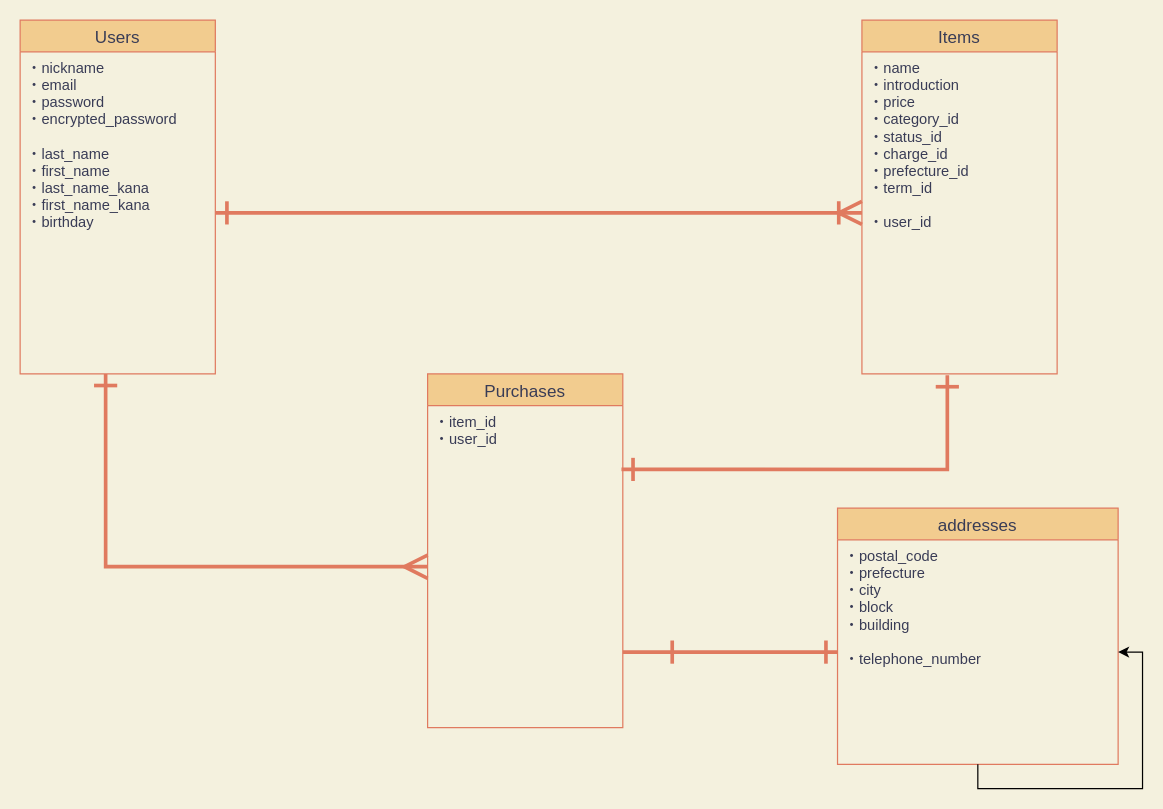
This is er_diagram/furima(En).dio from Sakao3/furima-32541, a draw.io file, before an edit. Source tidied: cells renumbered, new cells numbered last; positions are measured from the earlier drawing's top-left corner, leaving out a move shared by most shapes. Both pictures are drawn from the tidied source at 122%, with x=0, y=0 at pixel (20, 20).
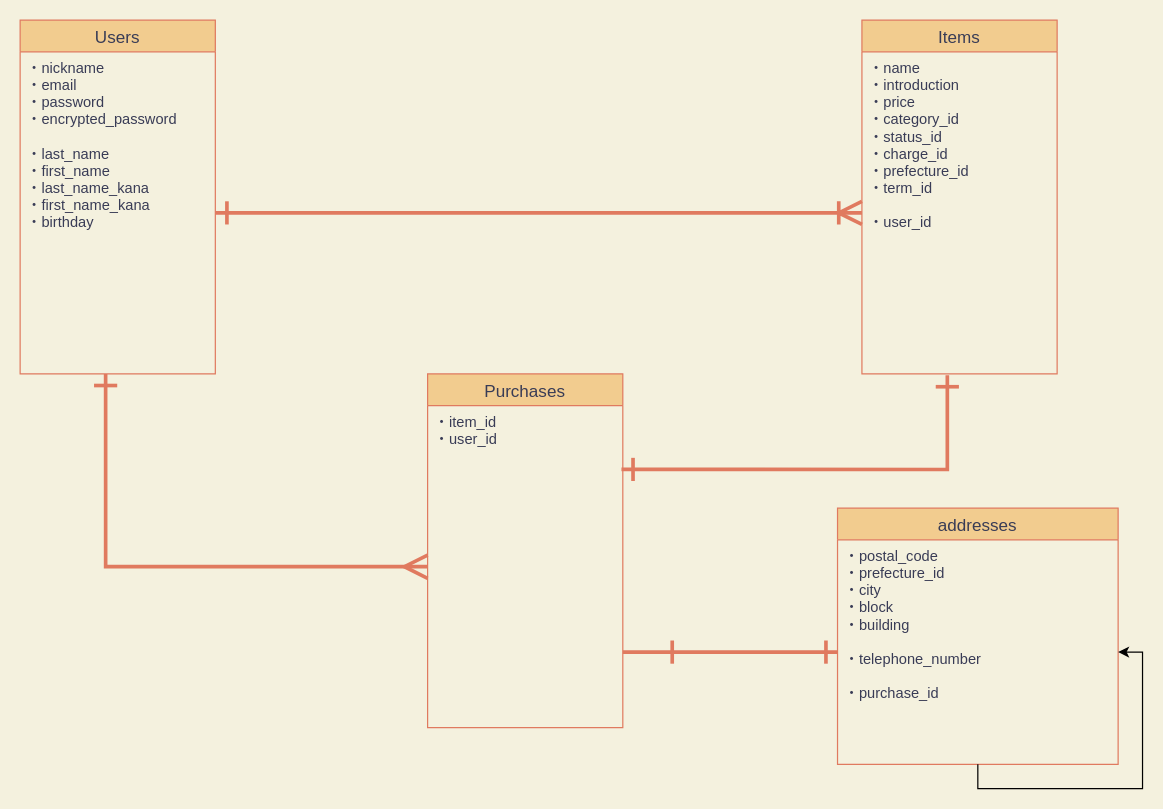
The same page after the edit.

Commit message (it also covers changes not shown here):
DB設計ER図修正2回目完了

Diff of the diagram source:
```diff
@@
 <mxGraphModel background="#F4F1DE">
   <root>
     <mxCell id="0" />
     <mxCell id="1" parent="0" />
     <mxCell id="2" value="Users" style="swimlane;fontStyle=0;horizontal=1;startSize=26;align=center;fontSize=14;fillColor=#F2CC8F;strokeColor=#E07A5F;fontColor=#393C56;" parent="1" vertex="1">
       <mxGeometry width="160" height="290" as="geometry" />
     </mxCell>
     <mxCell id="3" value="・nickname&#10;・email&#10;・password&#10;・encrypted_password&#10;&#10;・last_name&#10;・first_name&#10;・last_name_kana&#10;・first_name_kana&#10;・birthday" style="text;strokeColor=none;fillColor=none;spacingLeft=4;spacingRight=4;overflow=hidden;points=[[0,0.5],[1,0.5]];portConstraint=eastwest;fontSize=12;fontColor=#393C56;" parent="2" vertex="1">
       <mxGeometry y="26" width="160" height="264" as="geometry" />
     </mxCell>
     <mxCell id="4" value="Items" style="swimlane;fontStyle=0;horizontal=1;startSize=26;align=center;fontSize=14;fillColor=#F2CC8F;strokeColor=#E07A5F;fontColor=#393C56;" parent="1" vertex="1">
       <mxGeometry x="690" width="160" height="290" as="geometry" />
     </mxCell>
     <mxCell id="5" value="・name&#10;・introduction&#10;・price&#10;・category_id&#10;・status_id&#10;・charge_id&#10;・prefecture_id&#10;・term_id&#10;&#10;・user_id&#10;" style="text;strokeColor=none;fillColor=none;spacingLeft=4;spacingRight=4;overflow=hidden;points=[[0,0.5],[1,0.5]];portConstraint=eastwest;fontSize=12;fontColor=#393C56;" parent="4" vertex="1">
       <mxGeometry y="26" width="160" height="264" as="geometry" />
     </mxCell>
     <mxCell id="6" value="Purchases" style="swimlane;fontStyle=0;horizontal=1;startSize=26;align=center;fontSize=14;fillColor=#F2CC8F;strokeColor=#E07A5F;fontColor=#393C56;" parent="1" vertex="1">
       <mxGeometry x="334" y="290" width="160" height="290" as="geometry" />
     </mxCell>
     <mxCell id="7" value="・item_id&#10;・user_id" style="text;strokeColor=none;fillColor=none;spacingLeft=4;spacingRight=4;overflow=hidden;points=[[0,0.5],[1,0.5]];portConstraint=eastwest;fontSize=12;fontColor=#393C56;" parent="6" vertex="1">
       <mxGeometry y="26" width="160" height="264" as="geometry" />
     </mxCell>
     <mxCell id="8" style="edgeStyle=orthogonalEdgeStyle;rounded=0;jumpSize=10;jettySize=auto;html=1;entryX=0;entryY=0.5;entryDx=0;entryDy=0;startArrow=ERone;startFill=0;startSize=15;sourcePerimeterSpacing=10;endArrow=ERoneToMany;endFill=0;strokeColor=#E07A5F;strokeWidth=3;exitX=1;exitY=0.5;exitDx=0;exitDy=0;endSize=15;targetPerimeterSpacing=10;labelBackgroundColor=#F4F1DE;fontColor=#393C56;" parent="1" edge="1" source="3" target="5">
       <mxGeometry relative="1" as="geometry" />
     </mxCell>
     <mxCell id="9" style="edgeStyle=orthogonalEdgeStyle;rounded=0;jumpSize=10;jettySize=auto;html=1;exitX=0;exitY=0.5;exitDx=0;exitDy=0;entryX=0.438;entryY=1;entryDx=0;entryDy=0;entryPerimeter=0;startArrow=ERmany;startFill=0;startSize=15;sourcePerimeterSpacing=10;endArrow=ERone;endFill=0;endSize=15;targetPerimeterSpacing=10;strokeColor=#E07A5F;strokeWidth=3;labelBackgroundColor=#F4F1DE;fontColor=#393C56;" parent="1" edge="1" source="7" target="3">
       <mxGeometry relative="1" as="geometry" />
     </mxCell>
     <mxCell id="10" value="addresses" style="swimlane;fontStyle=0;horizontal=1;startSize=26;align=center;fontSize=14;fillColor=#F2CC8F;strokeColor=#E07A5F;fontColor=#393C56;" parent="1" vertex="1">
       <mxGeometry x="670" y="400" width="230" height="210" as="geometry" />
     </mxCell>
-    <mxCell id="11" value="・postal_code&#10;・prefecture&#10;・city&#10;・block&#10;・building&#10;&#10;・telephone_number&#10;" style="text;strokeColor=none;fillColor=none;spacingLeft=4;spacingRight=4;overflow=hidden;points=[[0,0.5],[1,0.5]];portConstraint=eastwest;fontSize=12;fontColor=#393C56;" parent="10" vertex="1">
+    <mxCell id="11" value="・postal_code&#10;・prefecture_id&#10;・city&#10;・block&#10;・building&#10;&#10;・telephone_number&#10;&#10;・purchase_id&#10;" style="text;strokeColor=none;fillColor=none;spacingLeft=4;spacingRight=4;overflow=hidden;points=[[0,0.5],[1,0.5]];portConstraint=eastwest;fontSize=12;fontColor=#393C56;" parent="10" vertex="1">
       <mxGeometry y="26" width="230" height="184" as="geometry" />
     </mxCell>
     <mxCell id="12" style="edgeStyle=orthogonalEdgeStyle;rounded=0;jettySize=auto;html=1;" parent="10" edge="1" source="10" target="11">
       <mxGeometry relative="1" as="geometry" />
     </mxCell>
     <mxCell id="13" style="edgeStyle=orthogonalEdgeStyle;rounded=0;jumpSize=10;jettySize=auto;html=1;startArrow=ERone;startFill=0;startSize=15;sourcePerimeterSpacing=10;endArrow=ERone;endFill=0;strokeColor=#E07A5F;strokeWidth=3;endSize=15;targetPerimeterSpacing=10;labelBackgroundColor=#F4F1DE;fontColor=#393C56;exitX=0.993;exitY=0.198;exitDx=0;exitDy=0;exitPerimeter=0;" parent="1" edge="1" source="7">
       <mxGeometry relative="1" as="geometry">
         <mxPoint x="760" y="291" as="targetPoint" />
         <Array as="points">
           <mxPoint x="760" y="368" />
         </Array>
       </mxGeometry>
     </mxCell>
     <mxCell id="14" style="edgeStyle=orthogonalEdgeStyle;rounded=0;jumpSize=10;orthogonalLoop=1;jettySize=auto;html=1;startArrow=ERone;startFill=0;startSize=15;sourcePerimeterSpacing=10;endArrow=ERone;endFill=0;strokeColor=#E07A5F;strokeWidth=3;endSize=15;targetPerimeterSpacing=10;labelBackgroundColor=#F4F1DE;fontColor=#393C56;" parent="1" edge="1">
       <mxGeometry relative="1" as="geometry">
         <mxPoint x="544" y="518" as="sourcePoint" />
         <mxPoint x="670" y="518" as="targetPoint" />
         <Array as="points">
           <mxPoint x="494" y="518" />
           <mxPoint x="494" y="518" />
         </Array>
       </mxGeometry>
     </mxCell>
   </root>
 </mxGraphModel>
```
